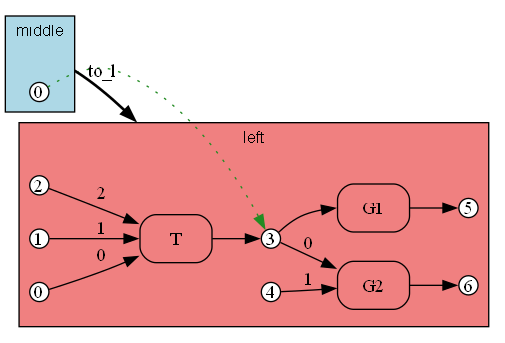
ammatsui/bhypvis keeps this Graphviz diagram as crates/bhyp/images/test_copy_subst_commute/path2_shared_span_for_copy_T_to_l.png. Above is the earlier version. Its source is kept beside it as crates/bhyp/images/test_copy_subst_commute/path2_shared_span_for_copy_T_to_l.dot.
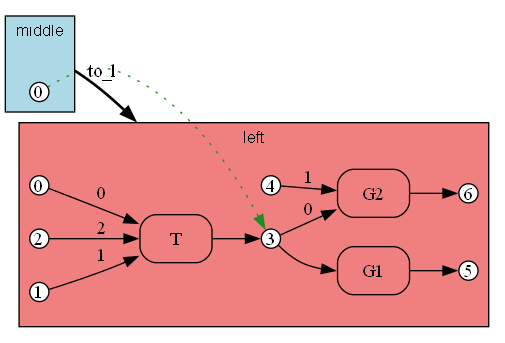
The same diagram one commit later.

Diff of the diagram source:
```diff
@@ -23,23 +23,23 @@
     fontname="Helvetica";
     fontsize=12;
 
+    cod_n6 [label="6", shape=circle, style=filled, fillcolor=white, color="black", width=0.2, height=0.2, fixedsize=true];
+    cod_n1 [label="1", shape=circle, style=filled, fillcolor=white, color="black", width=0.2, height=0.2, fixedsize=true];
+    cod_n2 [label="2", shape=circle, style=filled, fillcolor=white, color="black", width=0.2, height=0.2, fixedsize=true];
+    cod_n0 [label="0", shape=circle, style=filled, fillcolor=white, color="black", width=0.2, height=0.2, fixedsize=true];
+    cod_n3 [label="3", shape=circle, style=filled, fillcolor=white, color="black", width=0.2, height=0.2, fixedsize=true];
     cod_n4 [label="4", shape=circle, style=filled, fillcolor=white, color="black", width=0.2, height=0.2, fixedsize=true];
     cod_n5 [label="5", shape=circle, style=filled, fillcolor=white, color="black", width=0.2, height=0.2, fixedsize=true];
-    cod_n6 [label="6", shape=circle, style=filled, fillcolor=white, color="black", width=0.2, height=0.2, fixedsize=true];
-    cod_n0 [label="0", shape=circle, style=filled, fillcolor=white, color="black", width=0.2, height=0.2, fixedsize=true];
-    cod_n1 [label="1", shape=circle, style=filled, fillcolor=white, color="black", width=0.2, height=0.2, fixedsize=true];
-    cod_n2 [label="2", shape=circle, style=filled, fillcolor=white, color="black", width=0.2, height=0.2, fixedsize=true];
-    cod_n3 [label="3", shape=circle, style=filled, fillcolor=white, color="black", width=0.2, height=0.2, fixedsize=true];
+    cod_e0 [label="T", shape=box, style=rounded, color="black"];
     cod_e1 [label="G2", shape=box, style=rounded, color="black"];
-    cod_e0 [label="T", shape=box, style=rounded, color="black"];
     cod_e2 [label="G1", shape=box, style=rounded, color="black"];
-    cod_n3 -> cod_e1 [label="0"];
-    cod_n4 -> cod_e1 [label="1"];
-    cod_e1 -> cod_n6 [label=""];
     cod_n0 -> cod_e0 [label="0"];
     cod_n1 -> cod_e0 [label="1"];
     cod_n2 -> cod_e0 [label="2"];
     cod_e0 -> cod_n3 [label=""];
+    cod_n3 -> cod_e1 [label="0"];
+    cod_n4 -> cod_e1 [label="1"];
+    cod_e1 -> cod_n6 [label=""];
     cod_n3 -> cod_e2 [label=""];
     cod_e2 -> cod_n5 [label=""];
     cod_anchor [shape=point, width=0, height=0, style=invis];
```
